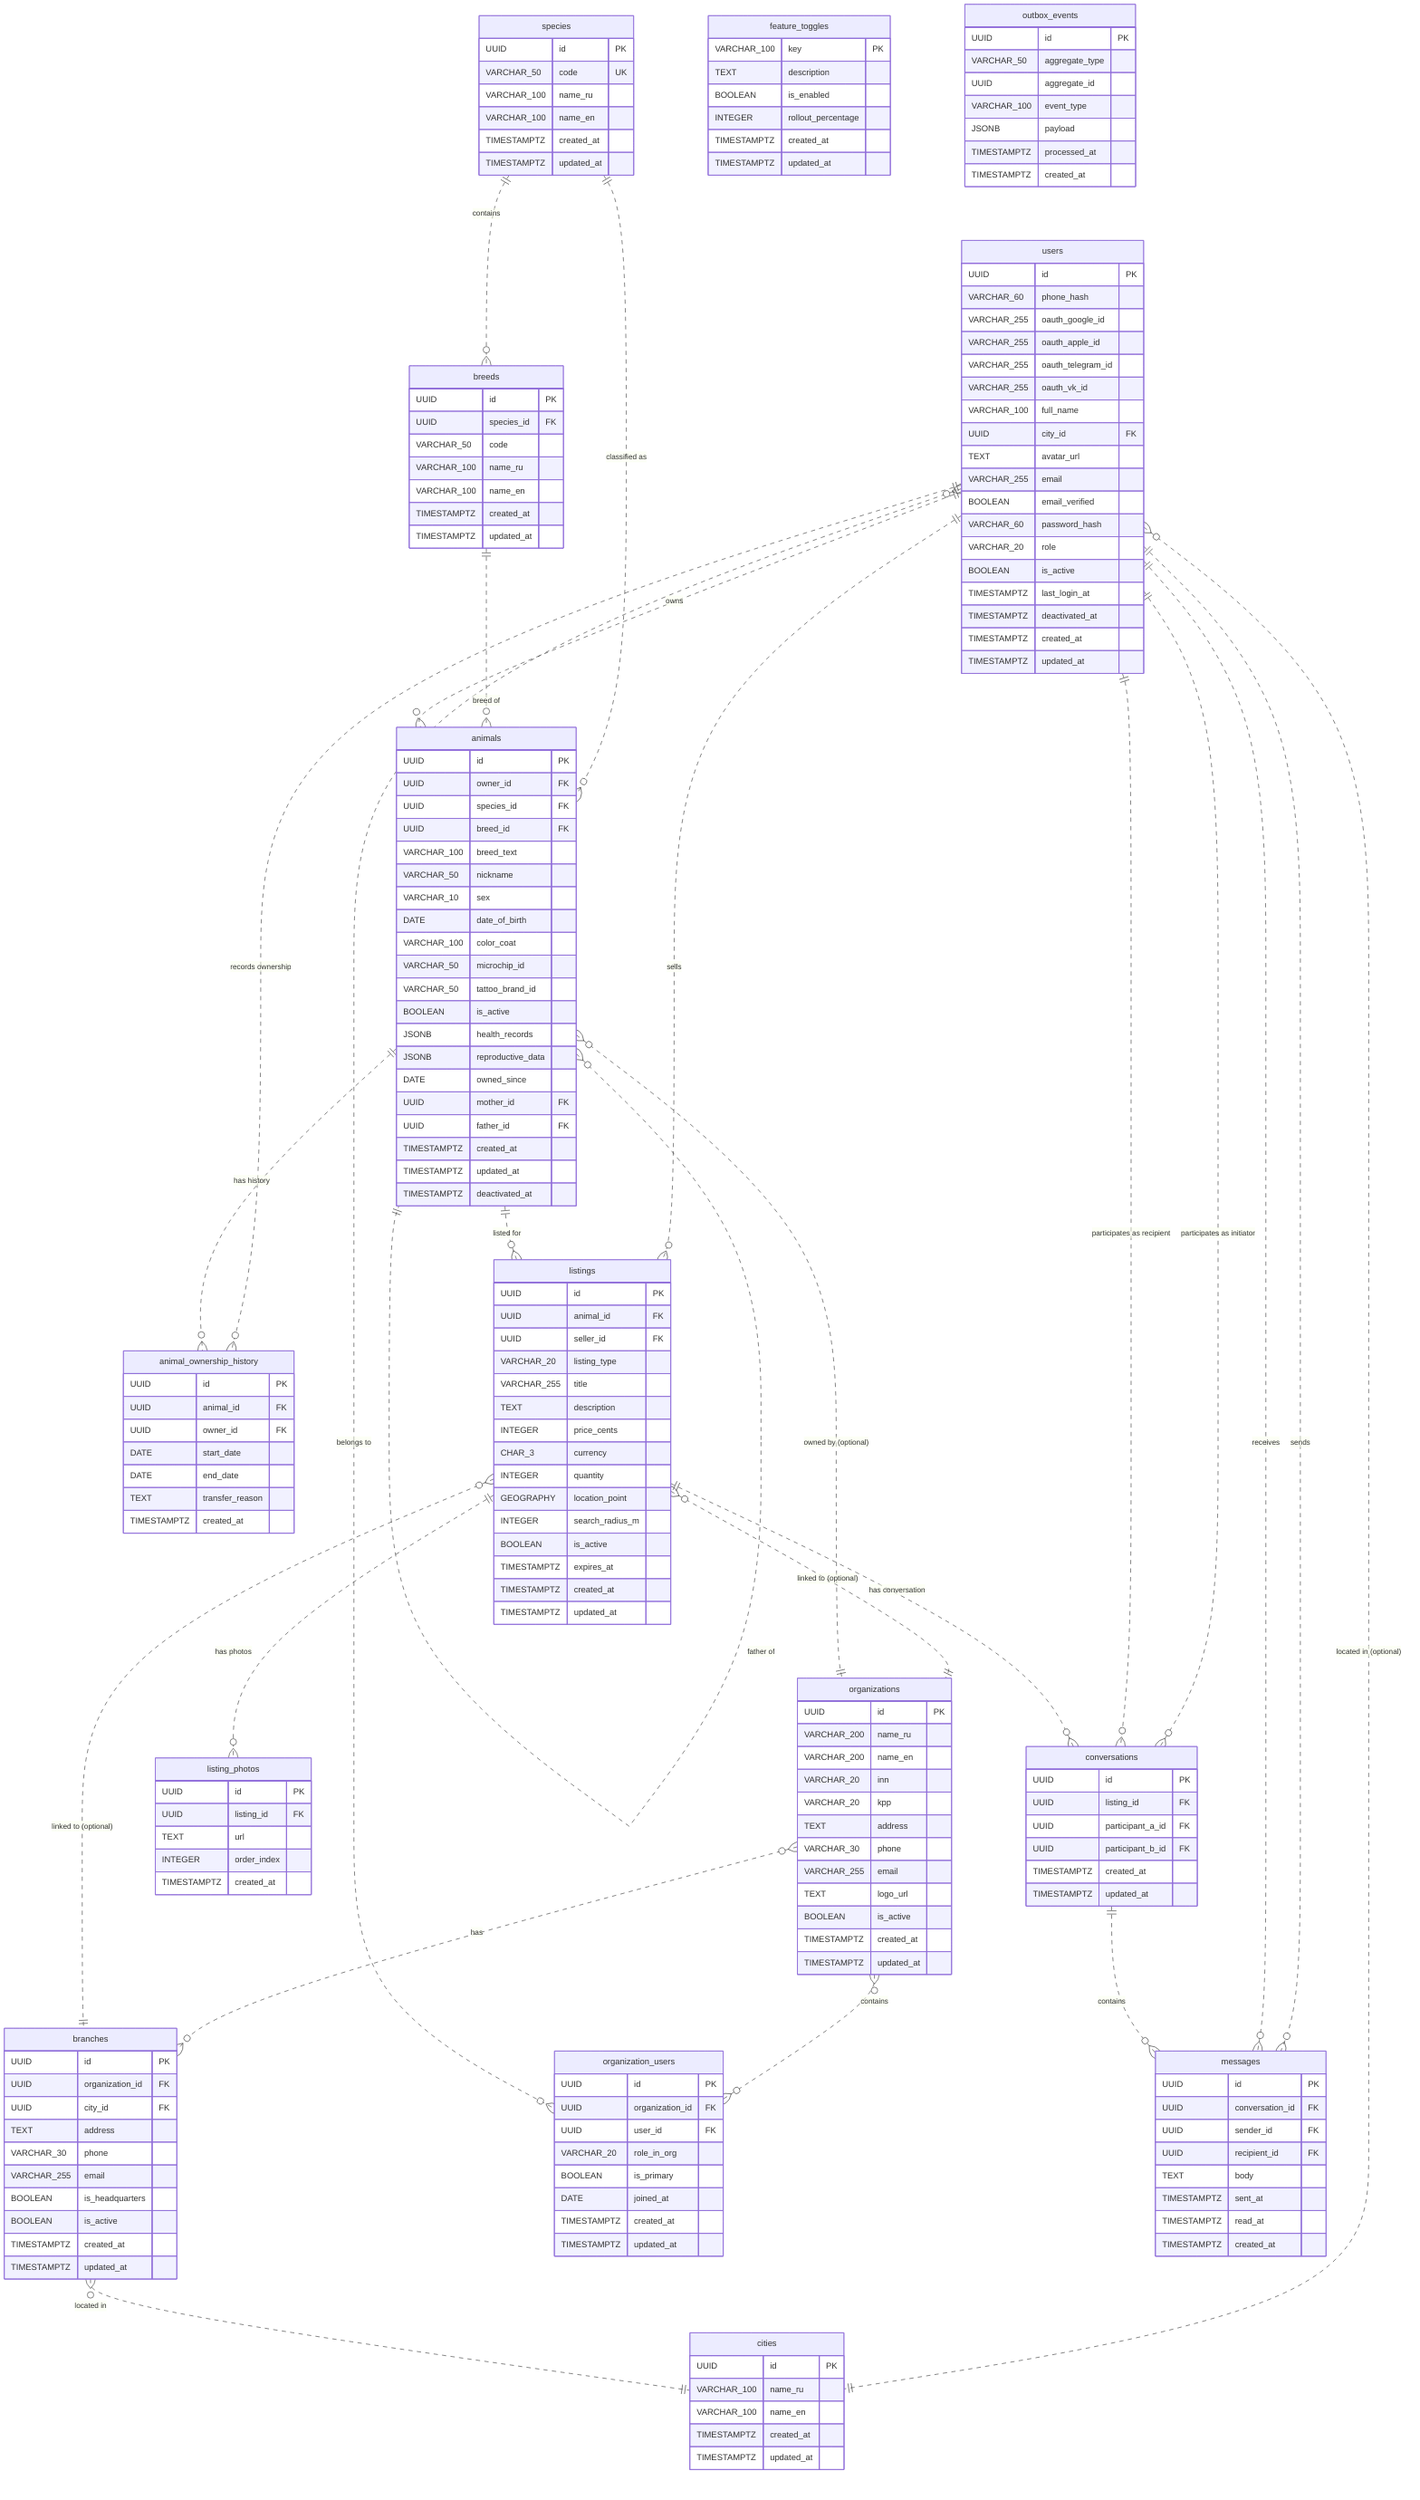
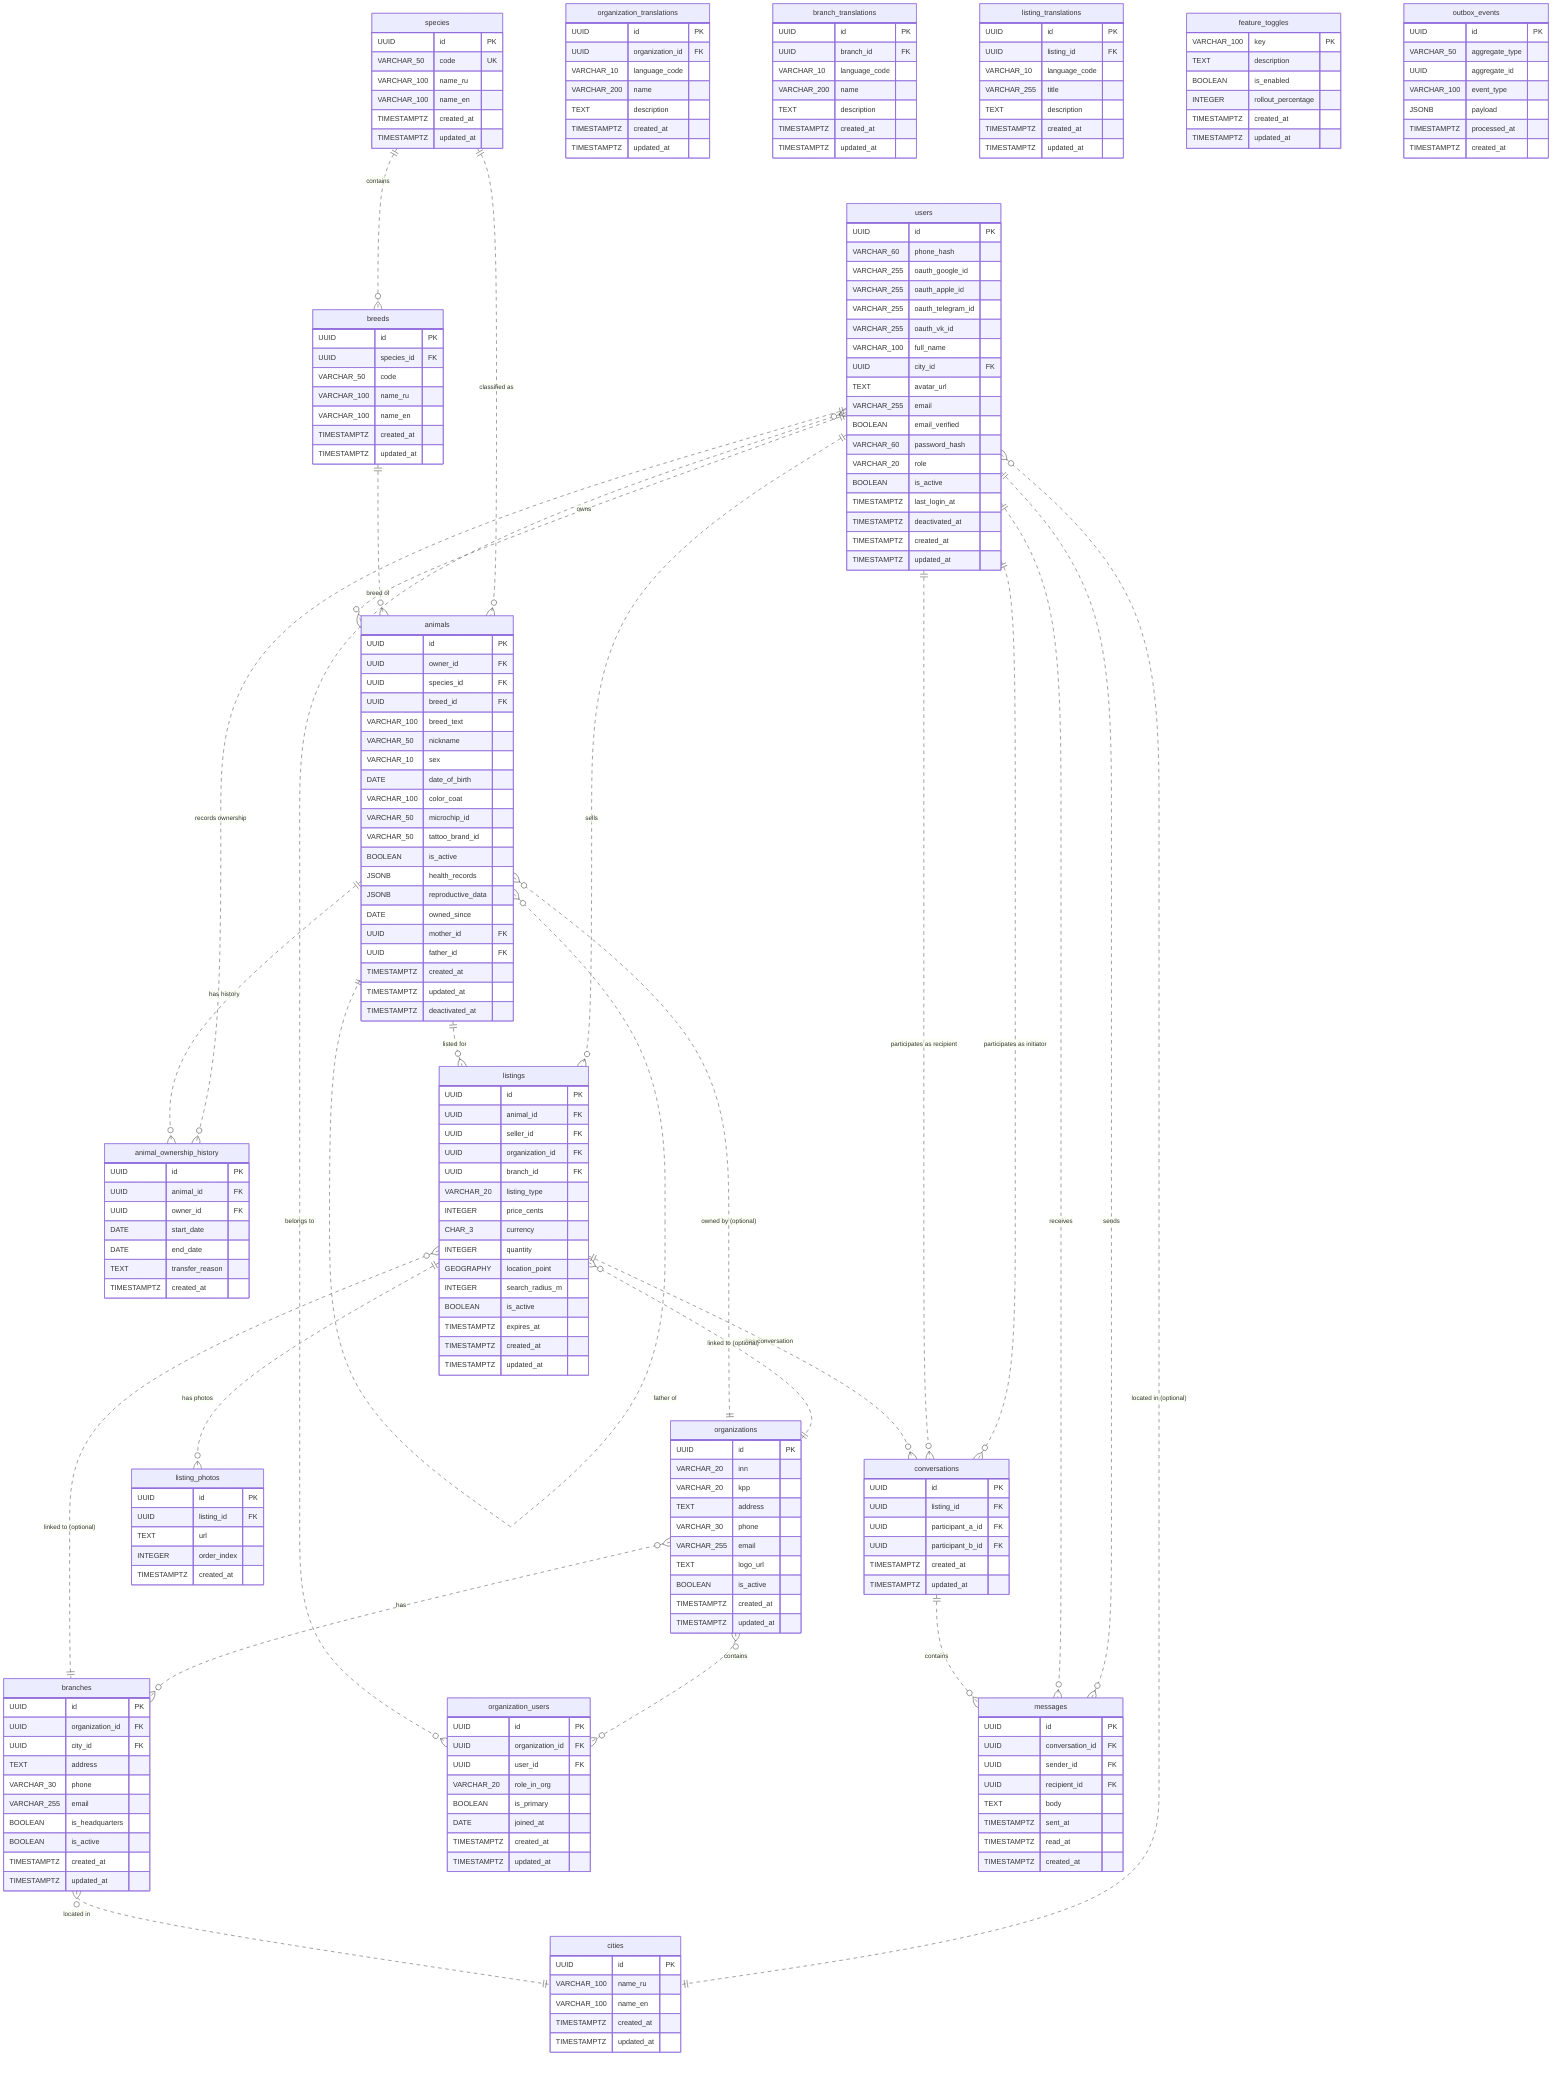
erDiagram
    %% Reference Data Tables
    species {
        UUID id PK
        VARCHAR_50 code UK
        VARCHAR_100 name_ru
        VARCHAR_100 name_en
        TIMESTAMPTZ created_at
        TIMESTAMPTZ updated_at
    }
    breeds {
        UUID id PK
        UUID species_id FK
        VARCHAR_50 code
        VARCHAR_100 name_ru
        VARCHAR_100 name_en
        TIMESTAMPTZ created_at
        TIMESTAMPTZ updated_at
        %% UK (species_id, code)
    }
    cities {
        UUID id PK
        VARCHAR_100 name_ru
        VARCHAR_100 name_en
        TIMESTAMPTZ created_at
        TIMESTAMPTZ updated_at
    }

    %% Identity Domain
    users {
        UUID id PK
        VARCHAR_60 phone_hash
        VARCHAR_255 oauth_google_id
        VARCHAR_255 oauth_apple_id
        VARCHAR_255 oauth_telegram_id
        VARCHAR_255 oauth_vk_id
        VARCHAR_100 full_name
        UUID city_id FK
        TEXT avatar_url
        VARCHAR_255 email
        BOOLEAN email_verified
        VARCHAR_60 password_hash
        VARCHAR_20 role
        BOOLEAN is_active
        TIMESTAMPTZ last_login_at
        TIMESTAMPTZ deactivated_at
        TIMESTAMPTZ created_at
        TIMESTAMPTZ updated_at
    }

    %% Animal Domain
    animals {
        UUID id PK
        UUID owner_id FK
        UUID species_id FK
        UUID breed_id FK
        VARCHAR_100 breed_text
        VARCHAR_50 nickname
        VARCHAR_10 sex
        DATE date_of_birth
        VARCHAR_100 color_coat
        VARCHAR_50 microchip_id
        VARCHAR_50 tattoo_brand_id
        BOOLEAN is_active
        JSONB health_records
        JSONB reproductive_data
        DATE owned_since
        UUID mother_id FK
        UUID father_id FK
        TIMESTAMPTZ created_at
        TIMESTAMPTZ updated_at
        TIMESTAMPTZ deactivated_at
    }
    animal_ownership_history {
        UUID id PK
        UUID animal_id FK
        UUID owner_id FK
        DATE start_date
        DATE end_date
        TEXT transfer_reason
        TIMESTAMPTZ created_at
    }

    %% Organization Domain
    organizations {
        UUID id PK
-         VARCHAR_200 name_ru
-         VARCHAR_200 name_en
        VARCHAR_20 inn
        VARCHAR_20 kpp
        TEXT address
        VARCHAR_30 phone
        VARCHAR_255 email
        TEXT logo_url
        BOOLEAN is_active
        TIMESTAMPTZ created_at
        TIMESTAMPTZ updated_at
    }
+ 
+     organization_translations {
+         UUID id PK
+         UUID organization_id FK
+         VARCHAR_10 language_code
+         VARCHAR_200 name
+         TEXT description
+         TIMESTAMPTZ created_at
+         TIMESTAMPTZ updated_at
+     }
    branches {
        UUID id PK
        UUID organization_id FK
        UUID city_id FK
        TEXT address
        VARCHAR_30 phone
        VARCHAR_255 email
        BOOLEAN is_headquarters
        BOOLEAN is_active
        TIMESTAMPTZ created_at
        TIMESTAMPTZ updated_at
    }
+ 
+     branch_translations {
+         UUID id PK
+         UUID branch_id FK
+         VARCHAR_10 language_code
+         VARCHAR_200 name
+         TEXT description
+         TIMESTAMPTZ created_at
+         TIMESTAMPTZ updated_at
+     }
    organization_users {
        UUID id PK
        UUID organization_id FK
        UUID user_id FK
        VARCHAR_20 role_in_org
        BOOLEAN is_primary
        DATE joined_at
        TIMESTAMPTZ created_at
        TIMESTAMPTZ updated_at
    }

    %% Marketplace/Listings Domain
    listings {
        UUID id PK
        UUID animal_id FK
        UUID seller_id FK
+         UUID organization_id FK
+         UUID branch_id FK
        VARCHAR_20 listing_type
-         VARCHAR_255 title
-         TEXT description
        INTEGER price_cents
        CHAR_3 currency
        INTEGER quantity
        GEOGRAPHY location_point
        INTEGER search_radius_m
        BOOLEAN is_active
        TIMESTAMPTZ expires_at
+         TIMESTAMPTZ created_at
+         TIMESTAMPTZ updated_at
+     }
+ 
+     listing_translations {
+         UUID id PK
+         UUID listing_id FK
+         VARCHAR_10 language_code
+         VARCHAR_255 title
+         TEXT description
        TIMESTAMPTZ created_at
        TIMESTAMPTZ updated_at
    }
    listing_photos {
        UUID id PK
        UUID listing_id FK
        TEXT url
        INTEGER order_index
        TIMESTAMPTZ created_at
    }
    conversations {
        UUID id PK
        UUID listing_id FK
        UUID participant_a_id FK
        UUID participant_b_id FK
        TIMESTAMPTZ created_at
        TIMESTAMPTZ updated_at
    }
    messages {
        UUID id PK
        UUID conversation_id FK
        UUID sender_id FK
        UUID recipient_id FK
        TEXT body
        TIMESTAMPTZ sent_at
        TIMESTAMPTZ read_at
        TIMESTAMPTZ created_at
    }

    %% Extensibility / System Tables
    feature_toggles {
        VARCHAR_100 key PK
        TEXT description
        BOOLEAN is_enabled
        INTEGER rollout_percentage
        TIMESTAMPTZ created_at
        TIMESTAMPTZ updated_at
    }
    outbox_events {
        UUID id PK
        VARCHAR_50 aggregate_type
        UUID aggregate_id
        VARCHAR_100 event_type
        JSONB payload
        TIMESTAMPTZ processed_at
        TIMESTAMPTZ created_at
    }

    %% Relationships
    species ||..o{ breeds : "contains"
    species ||..o{ animals : "classified as"
    breeds ||..o{ animals : "breed of"
    users }o..|| cities : "located in (optional)"
    users ||..o{ animals : "owns"
    users ||..o{ animal_ownership_history : "records ownership"
    users ||..o{ listings : "sells"
    users ||..o{ conversations : "participates as initiator"
    users ||..o{ conversations : "participates as recipient"
    users ||..o{ messages : "sends"
    users ||..o{ messages : "receives"
    animals ||..o{ animal_ownership_history : "has history"
    animals ||..o{ listings : "listed for"
    animals }o..|| animals : "mother of"
    animals }o..|| animals : "father of"
    listings ||..o{ listing_photos : "has photos"
    listings ||..o{ conversations : "has conversation"
    conversations ||..o{ messages : "contains"

    %% Organization Domain Relationships
    organizations }o..o{ organization_users : "contains"
    users }o..o{ organization_users : "belongs to"
    organizations }o..o{ branches : "has"
    branches }o..|| cities : "located in"
    listings }o..|| organizations : "linked to (optional)"
    listings }o..|| branches : "linked to (optional)"
    animals }o..|| organizations : "owned by (optional)"